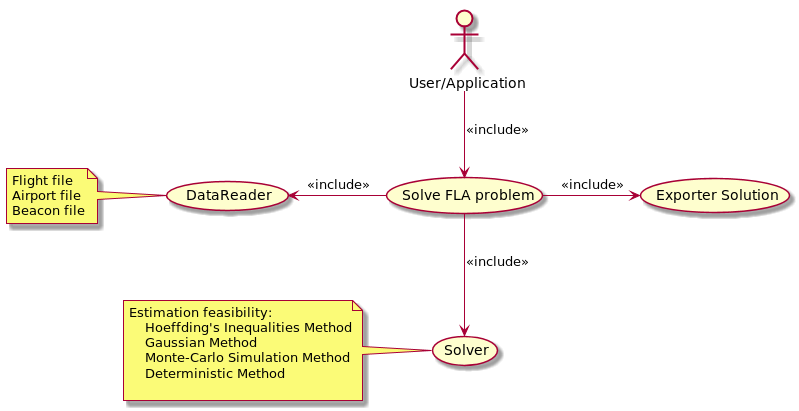
Above: uml/UseCaseDiagram_RobustFLA.png in martinWANG2014/RobustFLA (PlantUML), before the change.
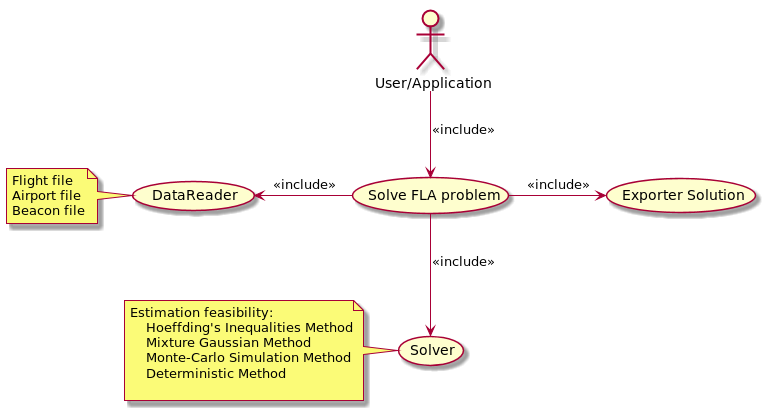
Above is the later version.

Commit message:
rewrite gaussian method

What changed in the source:
```diff
@@ -11,7 +11,7 @@
 note left of (Solver)
 Estimation feasibility:
     Hoeffding's Inequalities Method
-    Gaussian Method
+    Mixture Gaussian Method
     Monte-Carlo Simulation Method
     Deterministic Method
 
```
